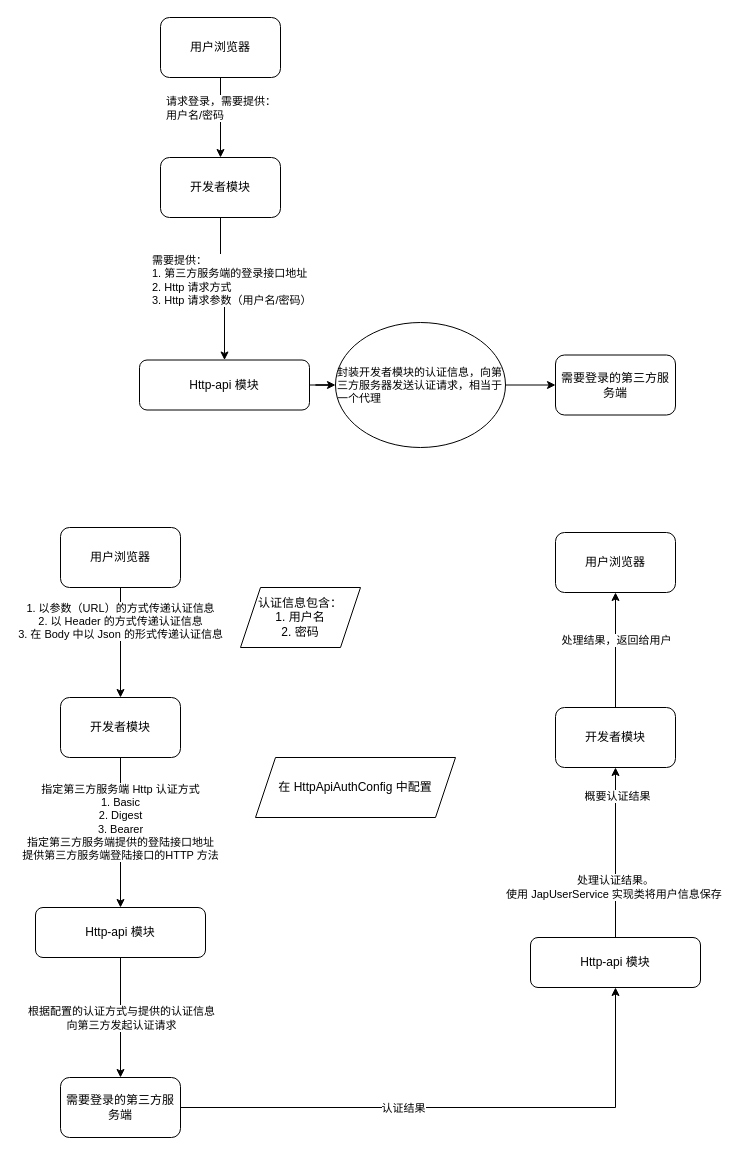
Above: http-api-design.drawio in Mvbbb/draw.io-diagrams (draw.io), before the change. Source tidied: cells renumbered, new cells numbered last; positions are measured from the earlier drawing's top-left corner, leaving out a move shared by most shapes. Both pictures are drawn from the tidied source at 100%, with x=0, y=0 at pixel (35, 17).
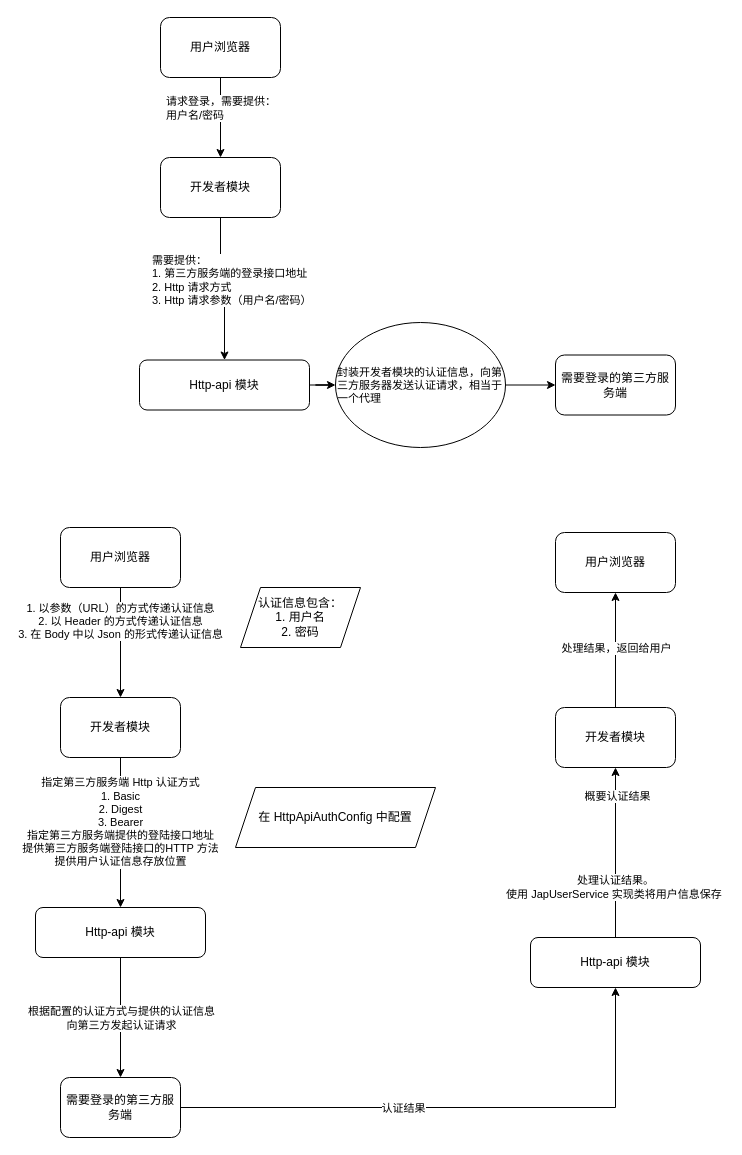
After the change.

Unchanged cells that the change refers to:
```xml
<mxCell id="17" value="开发者模块" style="rounded=1;whiteSpace=wrap;html=1;" parent="1" vertex="1">
  <mxGeometry x="25" y="680" width="120" height="60" as="geometry" />
</mxCell>
<mxCell id="20" value="Http-api 模块" style="rounded=1;whiteSpace=wrap;html=1;" parent="1" vertex="1">
  <mxGeometry y="890" width="170" height="50" as="geometry" />
</mxCell>
<mxCell id="29" style="edgeStyle=orthogonalEdgeStyle;rounded=0;jettySize=auto;html=1;entryX=0.5;entryY=1;entryDx=0;entryDy=0;" parent="1" edge="1" source="31" target="32">
  <mxGeometry relative="1" as="geometry" />
</mxCell>
```

The edit, as a diff of the source:
```diff
@@
-    <mxCell id="16" value="指定第三方服务端 Http 认证方式&lt;br&gt;1. Basic&lt;br&gt;2. Digest&lt;br&gt;3. Bearer&lt;br&gt;指定第三方服务端提供的登陆接口地址&lt;br&gt;提供第三方服务端登陆接口的HTTP 方法&lt;br&gt;" style="edgeStyle=orthogonalEdgeStyle;rounded=0;jettySize=auto;html=1;" parent="1" edge="1" source="17" target="20">
+    <mxCell id="16" value="指定第三方服务端 Http 认证方式&lt;br&gt;1. Basic&lt;br&gt;2. Digest&lt;br&gt;3. Bearer&lt;br&gt;指定第三方服务端提供的登陆接口地址&lt;br&gt;提供第三方服务端登陆接口的HTTP 方法&lt;br&gt;提供用户认证信息存放位置" style="edgeStyle=orthogonalEdgeStyle;rounded=0;jettySize=auto;html=1;" parent="1" edge="1" source="17" target="20">
       <mxGeometry x="-0.14" relative="1" as="geometry" />
     </mxCell>
@@
     <mxCell id="25" value="在 HttpApiAuthConfig 中配置" style="shape=parallelogram;perimeter=parallelogramPerimeter;whiteSpace=wrap;html=1;fixedSize=1;" parent="1" vertex="1">
-      <mxGeometry x="220" y="740" width="200" height="60" as="geometry" />
+      <mxGeometry x="200" y="770" width="200" height="60" as="geometry" />
     </mxCell>
@@
     <mxCell id="30" value="处理结果，返回给用户" style="edgeLabel;html=1;align=center;verticalAlign=middle;" parent="29" vertex="1">
-      <mxGeometry x="0.18" relative="1" as="geometry" />
+      <mxGeometry x="0.18" relative="1" as="geometry">
+        <mxPoint y="8" as="offset" />
+      </mxGeometry>
     </mxCell>
```
